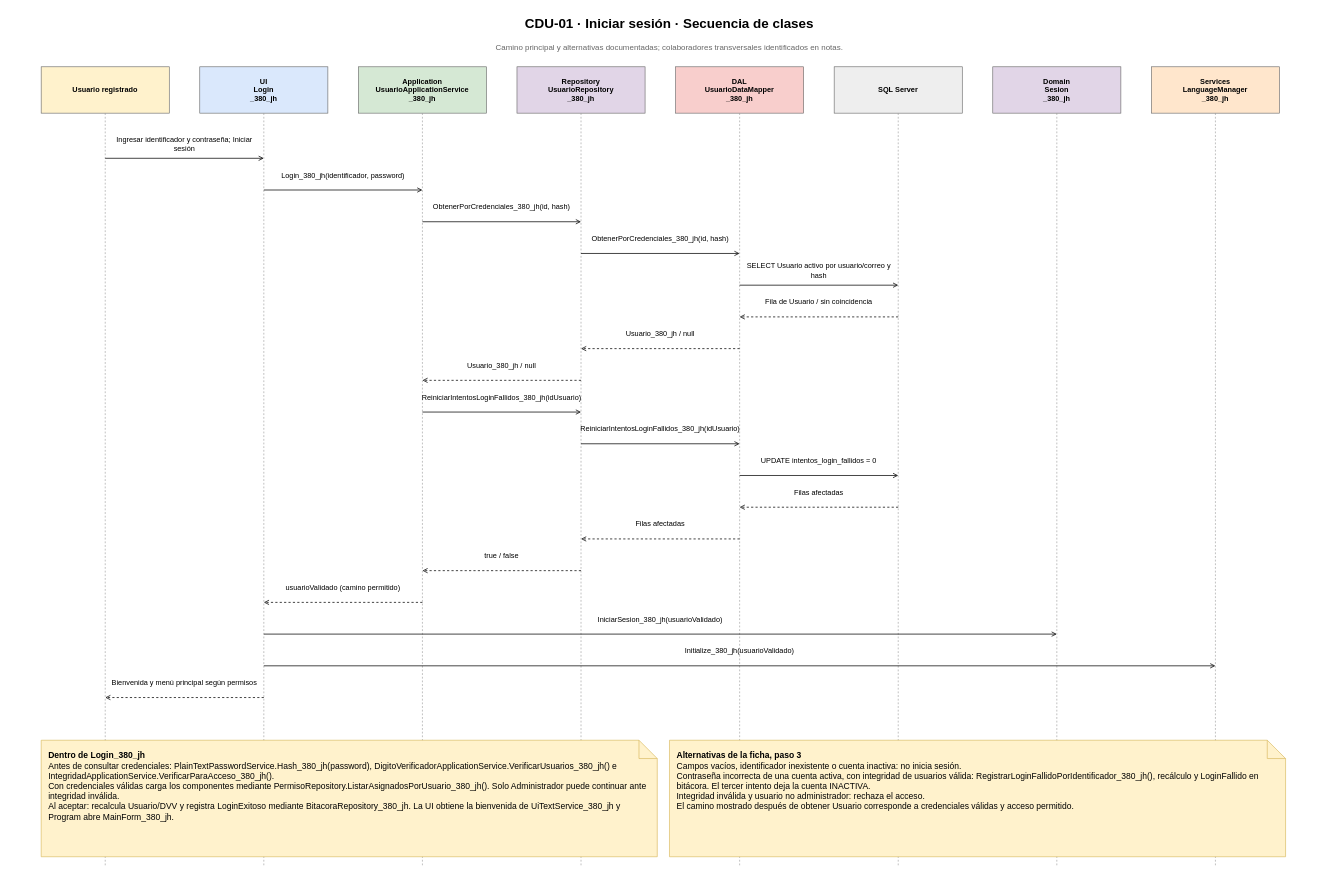
Before: Diagramas/Diagramas de Secuencia/CDU-01 - Log In - Secuencia.drawio in juanNH/Ingenieria-de-Software, a draw.io diagram. Source tidied: cells renumbered, new cells numbered last; positions are measured from the earlier drawing's top-left corner, leaving out a move shared by most shapes. Both pictures are drawn from the tidied source at 61%, with x=0, y=0 at pixel (10, 10).
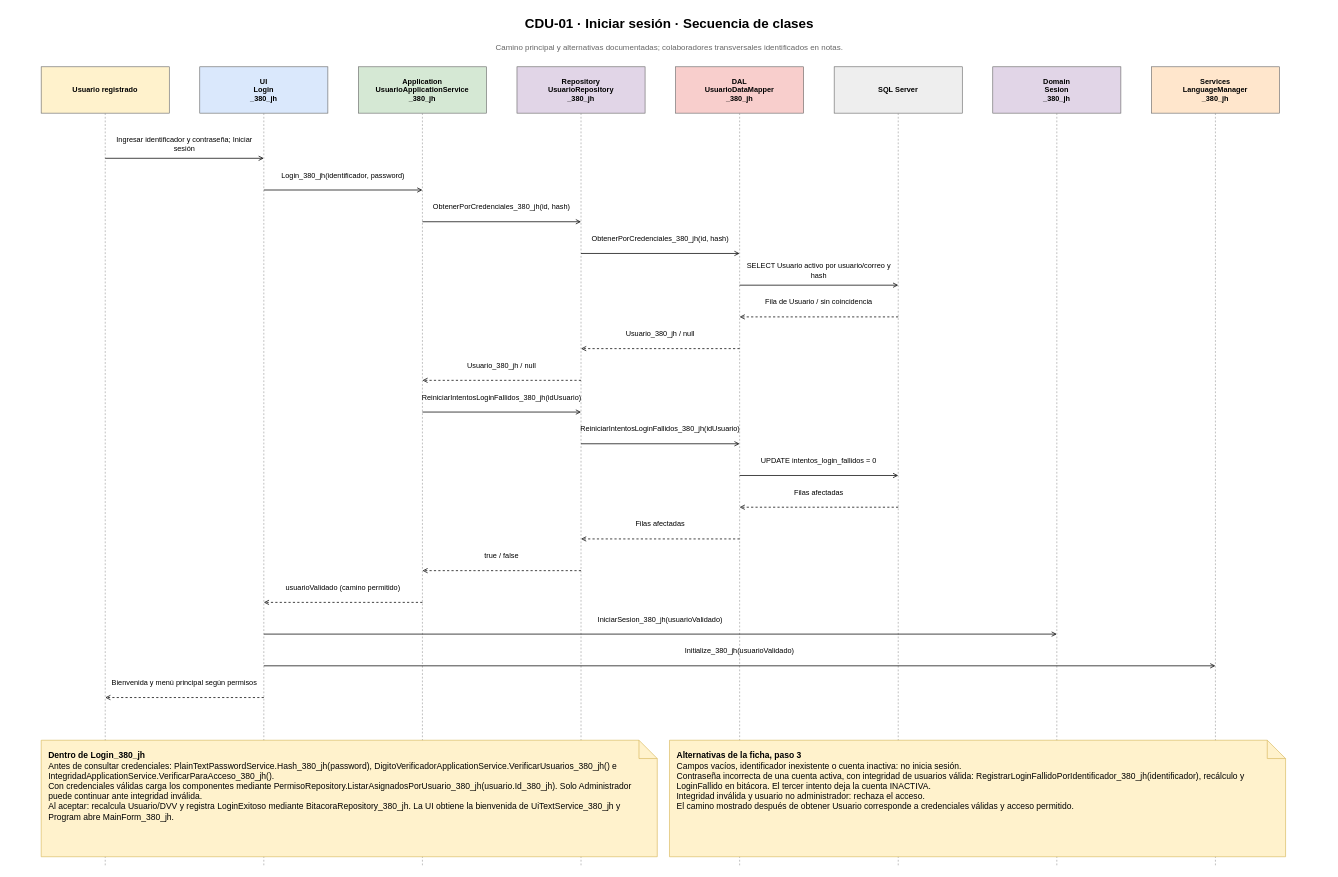
The same page after the edit.

The edit, as a diff of the source:
```diff
@@
-    <mxCell id="56" value="&lt;b&gt;Dentro de Login_380_jh&lt;/b&gt;&lt;br&gt;Antes de consultar credenciales: PlainTextPasswordService.Hash_380_jh(password), DigitoVerificadorApplicationService.VerificarUsuarios_380_jh() e IntegridadApplicationService.VerificarParaAcceso_380_jh().&lt;br&gt;Con credenciales válidas carga los componentes mediante PermisoRepository.ListarAsignadosPorUsuario_380_jh(). Solo Administrador puede continuar ante integridad inválida.&lt;br&gt;Al aceptar: recalcula Usuario/DVV y registra LoginExitoso mediante BitacoraRepository_380_jh. La UI obtiene la bienvenida de UiTextService_380_jh y Program abre MainForm_380_jh." style="shape=note;whiteSpace=wrap;html=1;fillColor=#fff2cc;strokeColor=#d6b656;align=left;verticalAlign=top;spacing=12;fontSize=14;fontFamily=Arial;" parent="1" vertex="1">
+    <mxCell id="56" value="&lt;b&gt;Dentro de Login_380_jh&lt;/b&gt;&lt;br&gt;Antes de consultar credenciales: PlainTextPasswordService.Hash_380_jh(password), DigitoVerificadorApplicationService.VerificarUsuarios_380_jh() e IntegridadApplicationService.VerificarParaAcceso_380_jh().&lt;br&gt;Con credenciales válidas carga los componentes mediante PermisoRepository.ListarAsignadosPorUsuario_380_jh(usuario.Id_380_jh). Solo Administrador puede continuar ante integridad inválida.&lt;br&gt;Al aceptar: recalcula Usuario/DVV y registra LoginExitoso mediante BitacoraRepository_380_jh. La UI obtiene la bienvenida de UiTextService_380_jh y Program abre MainForm_380_jh." style="shape=note;whiteSpace=wrap;html=1;fillColor=#fff2cc;strokeColor=#d6b656;align=left;verticalAlign=top;spacing=12;fontSize=14;fontFamily=Arial;" parent="1" vertex="1">
       <mxGeometry x="50" y="1196" width="1010" height="191" as="geometry" />
     </mxCell>
-    <mxCell id="57" value="&lt;b&gt;Alternativas de la ficha, paso 3&lt;/b&gt;&lt;br&gt;Campos vacíos, identificador inexistente o cuenta inactiva: no inicia sesión.&lt;br&gt;Contraseña incorrecta de una cuenta activa, con integridad de usuarios válida: RegistrarLoginFallidoPorIdentificador_380_jh(), recálculo y LoginFallido en bitácora. El tercer intento deja la cuenta INACTIVA.&lt;br&gt;Integridad inválida y usuario no administrador: rechaza el acceso.&lt;br&gt;El camino mostrado después de obtener Usuario corresponde a credenciales válidas y acceso permitido." style="shape=note;whiteSpace=wrap;html=1;fillColor=#fff2cc;strokeColor=#d6b656;align=left;verticalAlign=top;spacing=12;fontSize=14;fontFamily=Arial;" parent="1" vertex="1">
+    <mxCell id="57" value="&lt;b&gt;Alternativas de la ficha, paso 3&lt;/b&gt;&lt;br&gt;Campos vacíos, identificador inexistente o cuenta inactiva: no inicia sesión.&lt;br&gt;Contraseña incorrecta de una cuenta activa, con integridad de usuarios válida: RegistrarLoginFallidoPorIdentificador_380_jh(identificador), recálculo y LoginFallido en bitácora. El tercer intento deja la cuenta INACTIVA.&lt;br&gt;Integridad inválida y usuario no administrador: rechaza el acceso.&lt;br&gt;El camino mostrado después de obtener Usuario corresponde a credenciales válidas y acceso permitido." style="shape=note;whiteSpace=wrap;html=1;fillColor=#fff2cc;strokeColor=#d6b656;align=left;verticalAlign=top;spacing=12;fontSize=14;fontFamily=Arial;" parent="1" vertex="1">
       <mxGeometry x="1080" y="1196" width="1010" height="191" as="geometry" />
     </mxCell>
```
